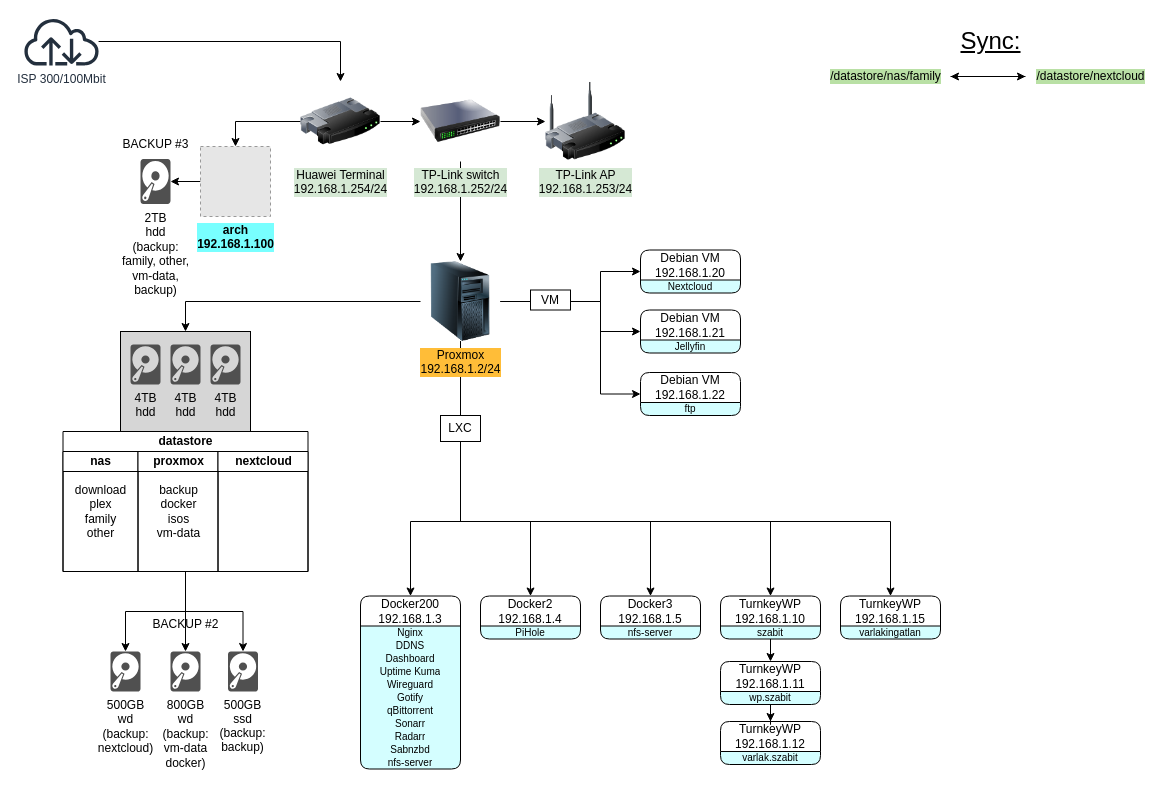
This is selfhosted.drawio from tabzor/fff, a draw.io file, before an edit. Source tidied: cells renumbered, new cells numbered last; positions are measured from the earlier drawing's top-left corner, leaving out a move shared by most shapes. Both pictures are drawn from the tidied source at 100%, with x=0, y=0 at pixel (22, 17). Pictures stored in the file or linked from it are replaced by grey dashed boxes.
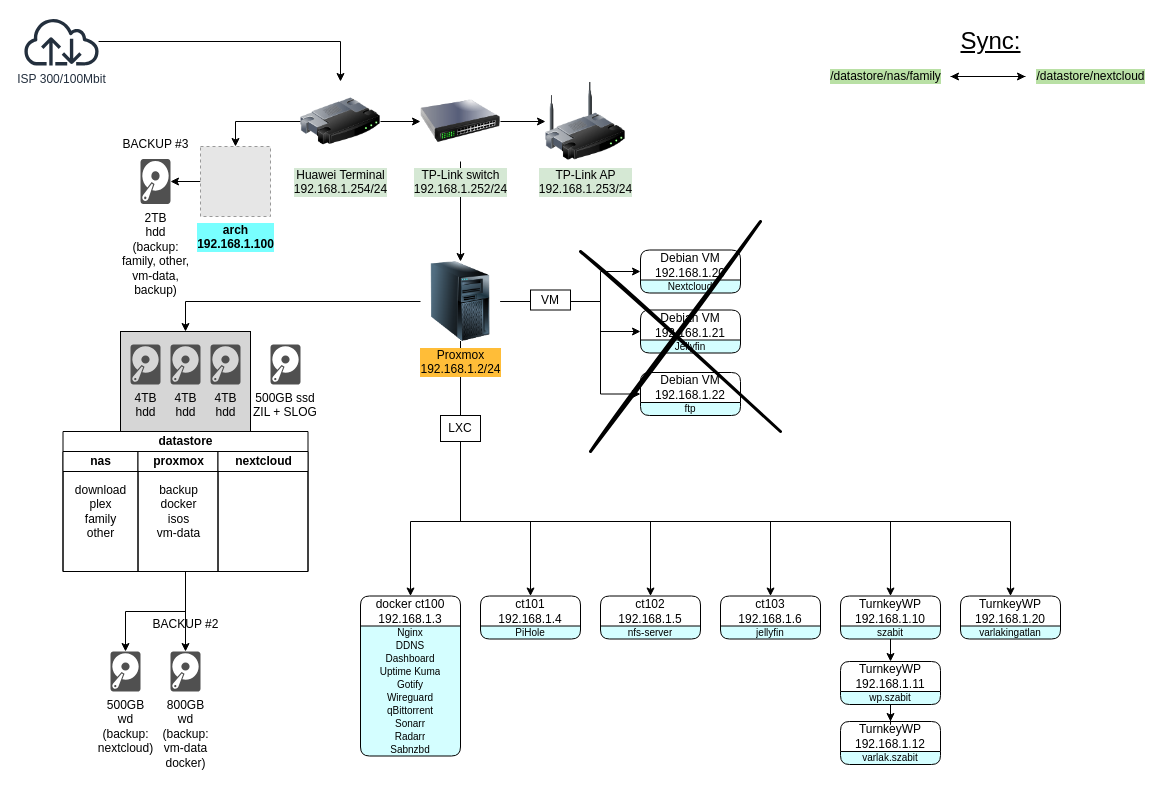
Above is the later version.

Unchanged cells that the change refers to:
```xml
<mxCell id="11" value="datastore" style="swimlane;startSize=20;html=1;direction=east;" parent="1" vertex="1">
  <mxGeometry x="40.5" y="414" width="245" height="140" as="geometry" />
</mxCell>
<mxCell id="34" value="&lt;div&gt;Proxmox&lt;/div&gt;&lt;div&gt;192.168.1.2/24&lt;br&gt;&lt;/div&gt;" style="image;html=1;image=img/lib/clip_art/computers/Server_Tower_128x128.png;labelBackgroundColor=#FFBD38;" parent="1" vertex="1">
  <mxGeometry x="398" y="244" width="80" height="80" as="geometry" />
</mxCell>
<mxCell id="72" value="LXC" style="whiteSpace=wrap;html=1;" parent="1" vertex="1">
  <mxGeometry x="418" y="398" width="40" height="26" as="geometry" />
</mxCell>
```

What changed in the source:
```diff
@@
-    <mxCell id="6" value="500GB&#10;ssd &#10;(backup:&#10;backup)" style="sketch=0;shadow=0;dashed=0;strokeColor=none;fillColor=#505050;labelPosition=center;verticalLabelPosition=bottom;verticalAlign=top;outlineConnect=0;align=center;shape=mxgraph.office.devices.hard_disk;direction=east;" parent="1" vertex="1">
-      <mxGeometry x="205.5" y="634" width="30" height="40" as="geometry" />
+    <mxCell id="6" value="500GB ssd &#10;ZIL + SLOG" style="sketch=0;shadow=0;dashed=0;strokeColor=none;fillColor=#505050;labelPosition=center;verticalLabelPosition=bottom;verticalAlign=top;outlineConnect=0;align=center;shape=mxgraph.office.devices.hard_disk;direction=east;" parent="1" vertex="1">
+      <mxGeometry x="248" y="327" width="30" height="40" as="geometry" />
     </mxCell>
@@
-    <mxCell id="9" style="edgeStyle=orthogonalEdgeStyle;rounded=0;jettySize=auto;html=1;" parent="1" edge="1" source="11" target="6">
-      <mxGeometry relative="1" as="geometry" />
-    </mxCell>
@@
     <mxCell id="29" style="edgeStyle=orthogonalEdgeStyle;rounded=0;jettySize=auto;html=1;entryX=0.5;entryY=0;entryDx=0;entryDy=0;" parent="1" edge="1" source="72" target="60">
       <mxGeometry relative="1" as="geometry">
         <Array as="points">
           <mxPoint x="438" y="504" />
-          <mxPoint x="748" y="504" />
+          <mxPoint x="868" y="504" />
         </Array>
       </mxGeometry>
     </mxCell>
     <mxCell id="30" style="edgeStyle=orthogonalEdgeStyle;rounded=0;jettySize=auto;html=1;entryX=0.5;entryY=0;entryDx=0;entryDy=0;" parent="1" edge="1" source="34" target="62">
       <mxGeometry relative="1" as="geometry">
         <Array as="points">
           <mxPoint x="438" y="504" />
-          <mxPoint x="868" y="504" />
+          <mxPoint x="988" y="504" />
         </Array>
       </mxGeometry>
     </mxCell>
@@
+    <mxCell id="81" style="edgeStyle=orthogonalEdgeStyle;rounded=0;jettySize=auto;html=1;entryX=0.5;entryY=0;entryDx=0;entryDy=0;" parent="1" edge="1" source="34" target="84">
+      <mxGeometry relative="1" as="geometry">
+        <Array as="points">
+          <mxPoint x="438" y="504" />
+          <mxPoint x="748" y="504" />
+        </Array>
+      </mxGeometry>
+    </mxCell>
@@
-    <mxCell id="45" value="&lt;div style=&quot;&quot;&gt;&lt;font style=&quot;font-size: 12px;&quot;&gt;Docker2&lt;/font&gt;00&lt;/div&gt;&lt;div style=&quot;&quot;&gt;&lt;font style=&quot;font-size: 12px;&quot;&gt;192.168.1.3&lt;font style=&quot;font-size: 12px;&quot;&gt;&lt;br&gt;&lt;/font&gt;&lt;/font&gt;&lt;/div&gt;" style="swimlane;fontStyle=0;horizontal=1;startSize=30;whiteSpace=wrap;html=1;labelBackgroundColor=none;labelBorderColor=none;swimlaneLine=1;strokeColor=default;rounded=1;swimlaneFillColor=#D4FEFF;fillColor=none;glass=0;shadow=0;arcSize=10;" parent="1" vertex="1">
-      <mxGeometry x="338" y="578.5" width="100" height="173" as="geometry" />
+    <mxCell id="45" value="&lt;div style=&quot;&quot;&gt;docker ct100&lt;br&gt;&lt;/div&gt;&lt;div style=&quot;&quot;&gt;&lt;font style=&quot;font-size: 12px;&quot;&gt;192.168.1.3&lt;font style=&quot;font-size: 12px;&quot;&gt;&lt;br&gt;&lt;/font&gt;&lt;/font&gt;&lt;/div&gt;" style="swimlane;fontStyle=0;horizontal=1;startSize=30;whiteSpace=wrap;html=1;labelBackgroundColor=none;labelBorderColor=none;swimlaneLine=1;strokeColor=default;rounded=1;swimlaneFillColor=#D4FEFF;fillColor=none;glass=0;shadow=0;arcSize=10;" parent="1" vertex="1">
+      <mxGeometry x="338" y="578.5" width="100" height="160" as="geometry" />
     </mxCell>
@@
+    <mxCell id="51" value="Gotify" style="text;strokeColor=none;fillColor=none;align=center;verticalAlign=top;spacingLeft=4;spacingRight=4;overflow=hidden;fontSize=10;horizontal=1;labelPosition=center;verticalLabelPosition=top;html=1;whiteSpace=wrap;spacing=9;" parent="45" vertex="1">
+      <mxGeometry y="82" width="100" height="13" as="geometry" />
+    </mxCell>
     <mxCell id="50" value="Wireguard" style="text;strokeColor=none;fillColor=none;align=center;verticalAlign=top;spacingLeft=4;spacingRight=4;overflow=hidden;fontSize=10;horizontal=1;labelPosition=center;verticalLabelPosition=top;html=1;whiteSpace=wrap;spacing=9;" parent="45" vertex="1">
-      <mxGeometry y="82" width="100" height="13" as="geometry" />
+      <mxGeometry y="95" width="100" height="13" as="geometry" />
     </mxCell>
-    <mxCell id="51" value="Gotify" style="text;strokeColor=none;fillColor=none;align=center;verticalAlign=top;spacingLeft=4;spacingRight=4;overflow=hidden;fontSize=10;horizontal=1;labelPosition=center;verticalLabelPosition=top;html=1;whiteSpace=wrap;spacing=9;" parent="45" vertex="1">
-      <mxGeometry y="95" width="100" height="13" as="geometry" />
-    </mxCell>
@@
-    <mxCell id="56" value="nfs-server" style="text;strokeColor=none;fillColor=none;align=center;verticalAlign=top;spacingLeft=4;spacingRight=4;overflow=hidden;fontSize=10;horizontal=1;labelPosition=center;verticalLabelPosition=top;html=1;whiteSpace=wrap;spacing=9;" parent="45" vertex="1">
-      <mxGeometry y="160" width="100" height="13" as="geometry" />
-    </mxCell>
@@
     <mxCell id="60" value="&lt;div&gt;TurnkeyWP&lt;/div&gt;&lt;div&gt;192.168.1.10&lt;br&gt;&lt;/div&gt;" style="swimlane;fontStyle=0;horizontal=1;startSize=30;whiteSpace=wrap;html=1;labelBackgroundColor=none;labelBorderColor=none;swimlaneLine=1;strokeColor=default;rounded=1;swimlaneFillColor=#D4FEFF;fillColor=none;glass=0;shadow=0;arcSize=10;" parent="1" vertex="1">
-      <mxGeometry x="698" y="578.5" width="100" height="43" as="geometry" />
+      <mxGeometry x="818" y="578.5" width="100" height="43" as="geometry" />
     </mxCell>
@@
-    <mxCell id="62" value="&lt;div&gt;TurnkeyWP&lt;/div&gt;&lt;div&gt;192.168.1.15&lt;br&gt;&lt;/div&gt;" style="swimlane;fontStyle=0;horizontal=1;startSize=30;whiteSpace=wrap;html=1;labelBackgroundColor=none;labelBorderColor=none;swimlaneLine=1;strokeColor=default;rounded=1;swimlaneFillColor=#D4FEFF;fillColor=none;glass=0;shadow=0;arcSize=10;" parent="1" vertex="1">
-      <mxGeometry x="818" y="578.5" width="100" height="43" as="geometry" />
+    <mxCell id="62" value="&lt;div&gt;TurnkeyWP&lt;/div&gt;&lt;div&gt;192.168.1.20&lt;br&gt;&lt;/div&gt;" style="swimlane;fontStyle=0;horizontal=1;startSize=30;whiteSpace=wrap;html=1;labelBackgroundColor=none;labelBorderColor=none;swimlaneLine=1;strokeColor=default;rounded=1;swimlaneFillColor=#D4FEFF;fillColor=none;glass=0;shadow=0;arcSize=10;" parent="1" vertex="1">
+      <mxGeometry x="938" y="578.5" width="100" height="43" as="geometry" />
     </mxCell>
@@
-    <mxCell id="64" value="&lt;div style=&quot;&quot;&gt;&lt;font style=&quot;font-size: 12px;&quot;&gt;Docker3&lt;/font&gt;&lt;/div&gt;&lt;div style=&quot;&quot;&gt;&lt;font style=&quot;font-size: 12px;&quot;&gt;192.168.1.5&lt;font style=&quot;font-size: 12px;&quot;&gt;&lt;br&gt;&lt;/font&gt;&lt;/font&gt;&lt;/div&gt;" style="swimlane;fontStyle=0;horizontal=1;startSize=30;whiteSpace=wrap;html=1;labelBackgroundColor=none;labelBorderColor=none;swimlaneLine=1;strokeColor=default;rounded=1;swimlaneFillColor=#D4FEFF;fillColor=none;glass=0;shadow=0;arcSize=10;" parent="1" vertex="1">
+    <mxCell id="64" value="ct102&lt;div style=&quot;&quot;&gt;&lt;font style=&quot;font-size: 12px;&quot;&gt;192.168.1.5&lt;font style=&quot;font-size: 12px;&quot;&gt;&lt;br&gt;&lt;/font&gt;&lt;/font&gt;&lt;/div&gt;" style="swimlane;fontStyle=0;horizontal=1;startSize=30;whiteSpace=wrap;html=1;labelBackgroundColor=none;labelBorderColor=none;swimlaneLine=1;strokeColor=default;rounded=1;swimlaneFillColor=#D4FEFF;fillColor=none;glass=0;shadow=0;arcSize=10;" parent="1" vertex="1">
       <mxGeometry x="578" y="578.5" width="100" height="43" as="geometry" />
     </mxCell>
@@
-    <mxCell id="66" value="&lt;div style=&quot;&quot;&gt;&lt;font style=&quot;font-size: 12px;&quot;&gt;Docker2&lt;/font&gt;&lt;/div&gt;&lt;div style=&quot;&quot;&gt;&lt;font style=&quot;font-size: 12px;&quot;&gt;192.168.1.4&lt;font style=&quot;font-size: 12px;&quot;&gt;&lt;br&gt;&lt;/font&gt;&lt;/font&gt;&lt;/div&gt;" style="swimlane;fontStyle=0;horizontal=1;startSize=30;whiteSpace=wrap;html=1;labelBackgroundColor=none;labelBorderColor=none;swimlaneLine=1;strokeColor=default;rounded=1;swimlaneFillColor=#D4FEFF;fillColor=none;glass=0;shadow=0;arcSize=10;" parent="1" vertex="1">
+    <mxCell id="66" value="ct101&lt;div style=&quot;&quot;&gt;&lt;font style=&quot;font-size: 12px;&quot;&gt;192.168.1.4&lt;font style=&quot;font-size: 12px;&quot;&gt;&lt;br&gt;&lt;/font&gt;&lt;/font&gt;&lt;/div&gt;" style="swimlane;fontStyle=0;horizontal=1;startSize=30;whiteSpace=wrap;html=1;labelBackgroundColor=none;labelBorderColor=none;swimlaneLine=1;strokeColor=default;rounded=1;swimlaneFillColor=#D4FEFF;fillColor=none;glass=0;shadow=0;arcSize=10;" parent="1" vertex="1">
       <mxGeometry x="458" y="578.5" width="100" height="43" as="geometry" />
     </mxCell>
@@
     <mxCell id="75" value="&lt;div&gt;TurnkeyWP&lt;/div&gt;&lt;div&gt;192.168.1.11&lt;/div&gt;" style="swimlane;fontStyle=0;horizontal=1;startSize=30;whiteSpace=wrap;html=1;labelBackgroundColor=none;labelBorderColor=none;swimlaneLine=1;strokeColor=default;rounded=1;swimlaneFillColor=#D4FEFF;fillColor=none;glass=0;shadow=0;arcSize=10;" parent="1" vertex="1">
-      <mxGeometry x="698" y="644" width="100" height="43" as="geometry" />
+      <mxGeometry x="818" y="644" width="100" height="43" as="geometry" />
     </mxCell>
@@
     <mxCell id="77" value="&lt;div&gt;TurnkeyWP&lt;/div&gt;&lt;div&gt;192.168.1.12&lt;/div&gt;" style="swimlane;fontStyle=0;horizontal=1;startSize=30;whiteSpace=wrap;html=1;labelBackgroundColor=none;labelBorderColor=none;swimlaneLine=1;strokeColor=default;rounded=1;swimlaneFillColor=#D4FEFF;fillColor=none;glass=0;shadow=0;arcSize=10;" parent="1" vertex="1">
-      <mxGeometry x="698" y="704" width="100" height="43" as="geometry" />
+      <mxGeometry x="818" y="704" width="100" height="43" as="geometry" />
     </mxCell>
@@
+    <mxCell id="82" style="endArrow=none;html=1;rounded=0;strokeWidth=3;sketch=1;curveFitting=1;jiggle=2;" parent="1" edge="1">
+      <mxGeometry relative="1" as="geometry">
+        <mxPoint x="568" y="434" as="sourcePoint" />
+        <mxPoint x="738" y="204" as="targetPoint" />
+      </mxGeometry>
+    </mxCell>
+    <mxCell id="83" style="endArrow=none;html=1;rounded=0;strokeWidth=3;sketch=1;curveFitting=1;jiggle=2;" parent="1" edge="1">
+      <mxGeometry relative="1" as="geometry">
+        <mxPoint x="558" y="234" as="sourcePoint" />
+        <mxPoint x="758" y="414" as="targetPoint" />
+      </mxGeometry>
+    </mxCell>
+    <mxCell id="84" value="&lt;div&gt;ct103&lt;br&gt;&lt;/div&gt;&lt;div&gt;192.168.1.6&lt;br&gt;&lt;/div&gt;" style="swimlane;fontStyle=0;horizontal=1;startSize=30;whiteSpace=wrap;html=1;labelBackgroundColor=none;labelBorderColor=none;swimlaneLine=1;strokeColor=default;rounded=1;swimlaneFillColor=#D4FEFF;fillColor=none;glass=0;shadow=0;arcSize=10;" parent="1" vertex="1">
+      <mxGeometry x="698" y="578.5" width="100" height="43" as="geometry" />
+    </mxCell>
+    <mxCell id="85" value="jellyfin" style="text;strokeColor=none;fillColor=none;align=center;verticalAlign=top;spacingLeft=4;spacingRight=4;overflow=hidden;fontSize=10;horizontal=1;labelPosition=center;verticalLabelPosition=top;html=1;whiteSpace=wrap;spacing=9;" parent="84" vertex="1">
+      <mxGeometry y="30" width="100" height="13" as="geometry" />
+    </mxCell>
```
